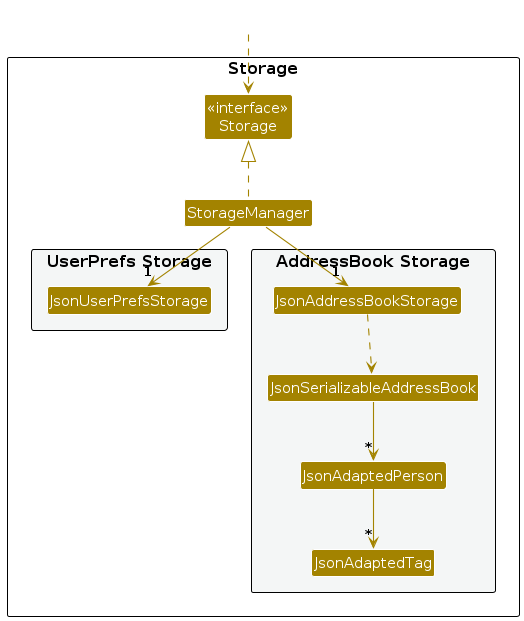
Above: diagrams/StorageClassDiagram.png in AY2627S1-CS2103-F12-4/tp (PlantUML), before the change. Its source is kept beside it as diagrams/StorageClassDiagram.puml.
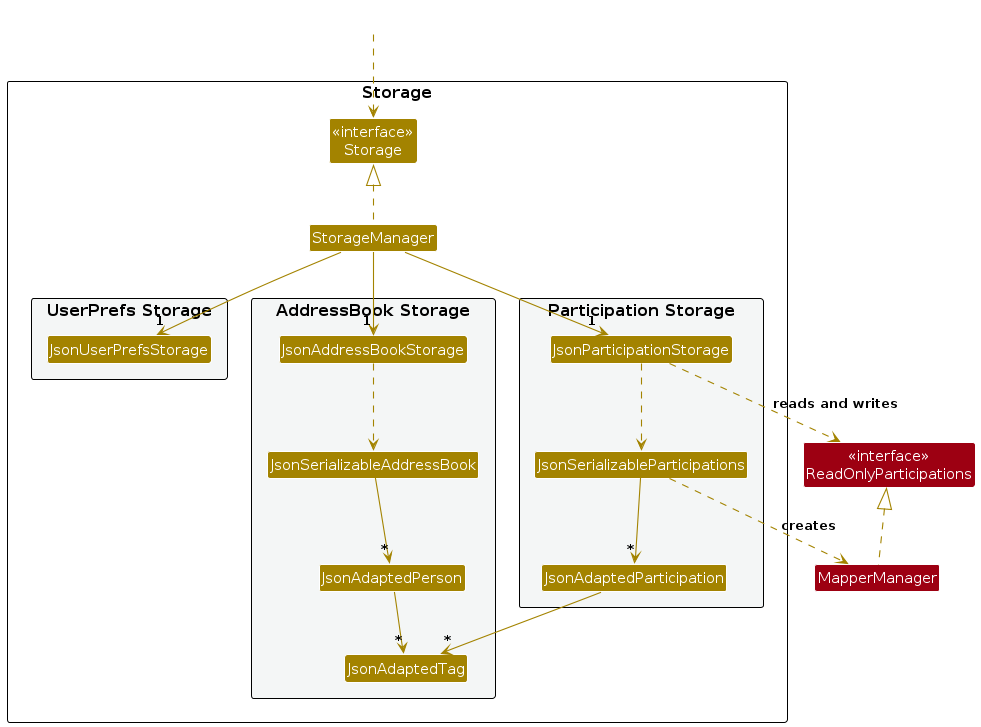
The same diagram one commit later.

The edit, as a diff of the source:
```diff
@@ -20,17 +20,33 @@
 Class JsonAdaptedTag
 }
 
+package "Participation Storage" #F4F6F6{
+Class JsonParticipationStorage
+Class JsonSerializableParticipations
+Class JsonAdaptedParticipation
+}
+
 }
 
 Class HiddenOutside #FFFFFF
 HiddenOutside ..> Storage
+Class "<<interface>>\nReadOnlyParticipations" as ReadOnlyParticipations MODEL_COLOR
+Class MapperManager MODEL_COLOR
 
 StorageManager .up.|> Storage
 StorageManager -down-> "1" JsonUserPrefsStorage
 StorageManager -down-> "1" JsonAddressBookStorage
+StorageManager -down-> "1" JsonParticipationStorage
 
 JsonAddressBookStorage ..> JsonSerializableAddressBook
 JsonSerializableAddressBook --> "*" JsonAdaptedPerson
 JsonAdaptedPerson --> "*" JsonAdaptedTag
 
+JsonParticipationStorage ..> JsonSerializableParticipations
+JsonParticipationStorage ..> ReadOnlyParticipations : reads and writes
+JsonSerializableParticipations --> "*" JsonAdaptedParticipation
+JsonSerializableParticipations ..> MapperManager : creates
+JsonAdaptedParticipation --> "*" JsonAdaptedTag
+MapperManager .up.|> ReadOnlyParticipations
+
 @enduml
```
